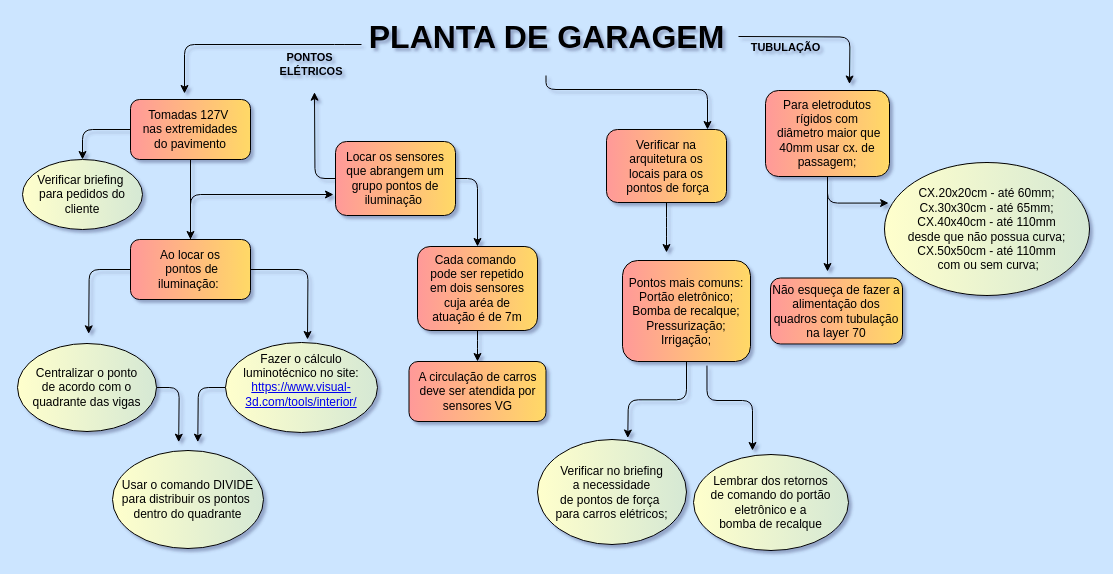
The draw.io diagram Diagrama sem nome.drawio in LuizGarcia22/firsttimedream, before the edit. Source tidied: cells renumbered, new cells numbered last; positions are measured from the earlier drawing's top-left corner, leaving out a move shared by most shapes. Both pictures are drawn from the tidied source at 100%, with x=0, y=0 at pixel (17, 36).
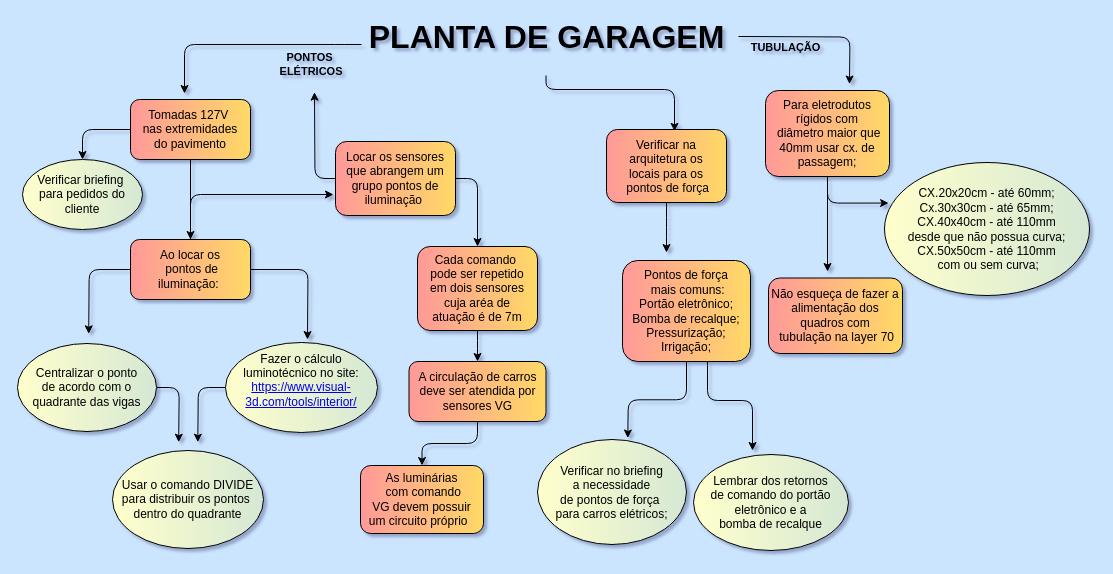
The same page after the edit.

Unchanged cells that the change refers to:
```xml
<mxCell id="6" value="PLANTA DE GARAGEM&lt;br&gt;&amp;nbsp;" style="text;strokeColor=none;fillColor=none;html=1;fontSize=32;fontStyle=1;verticalAlign=middle;align=center;labelBackgroundColor=none;labelBorderColor=none;strokeWidth=2;fontColor=#000000;" parent="1" vertex="1">
  <mxGeometry x="410" width="237" height="39" as="geometry" />
</mxCell>
<mxCell id="21" value="Verificar na arquitetura os&lt;br&gt;locais&amp;nbsp;para os&lt;br&gt;&amp;nbsp;pontos de força" style="rounded=1;whiteSpace=wrap;html=1;labelBackgroundColor=none;fillColor=#FF9999;gradientColor=#FFD966;gradientDirection=east;" parent="1" vertex="1">
  <mxGeometry x="589" y="93" width="120" height="73" as="geometry" />
</mxCell>
<mxCell id="36" value="A circulação de carros&lt;br&gt;deve ser atendida por&lt;br&gt;sensores VG" style="rounded=1;whiteSpace=wrap;html=1;gradientColor=#FFD966;fillColor=#FF9999;gradientDirection=east;" parent="1" vertex="1">
  <mxGeometry x="391.5" y="325" width="137" height="60" as="geometry" />
</mxCell>
```

Diff of the diagram source:
```diff
@@
-    <mxCell id="5" style="edgeStyle=orthogonalEdgeStyle;rounded=1;jettySize=auto;html=1;" parent="1" edge="1" source="6">
+    <mxCell id="5" style="edgeStyle=orthogonalEdgeStyle;rounded=1;jettySize=auto;html=1;entryX=0.567;entryY=0.025;entryDx=0;entryDy=0;entryPerimeter=0;" parent="1" edge="1" source="6" target="21">
       <mxGeometry relative="1" as="geometry">
-        <mxPoint x="690" y="93" as="targetPoint" />
         <Array as="points">
           <mxPoint x="529" y="53" />
-          <mxPoint x="690" y="53" />
+          <mxPoint x="657" y="53" />
         </Array>
       </mxGeometry>
     </mxCell>
@@
-    <mxCell id="22" style="edgeStyle=orthogonalEdgeStyle;rounded=1;jettySize=auto;html=1;exitX=0.66;exitY=1.04;exitDx=0;exitDy=0;exitPerimeter=0;" parent="1" edge="1" source="24">
+    <mxCell id="22" style="edgeStyle=orthogonalEdgeStyle;rounded=1;orthogonalLoop=1;jettySize=auto;html=1;" parent="1" edge="1">
       <mxGeometry relative="1" as="geometry">
+        <mxPoint x="687" y="319" as="sourcePoint" />
         <mxPoint x="735" y="414" as="targetPoint" />
         <Array as="points">
           <mxPoint x="690" y="364" />
           <mxPoint x="735" y="364" />
         </Array>
       </mxGeometry>
     </mxCell>
@@
-    <mxCell id="24" value="Pontos mais comuns:&lt;br&gt;Portão eletrônico;&lt;br&gt;Bomba de recalque;&lt;br&gt;Pressurização;&lt;br&gt;Irrigação;" style="rounded=1;whiteSpace=wrap;html=1;labelBackgroundColor=none;fillColor=#FF9999;gradientColor=#FFD966;gradientDirection=east;" parent="1" vertex="1">
+    <mxCell id="24" value="Pontos de força&lt;br&gt;&amp;nbsp;mais comuns:&lt;br&gt;Portão eletrônico;&lt;br&gt;Bomba de recalque;&lt;br&gt;Pressurização;&lt;br&gt;Irrigação;" style="rounded=1;whiteSpace=wrap;html=1;labelBackgroundColor=none;fillColor=#FF9999;gradientColor=#FFD966;gradientDirection=east;" parent="1" vertex="1">
       <mxGeometry x="605" y="224" width="128" height="101" as="geometry" />
     </mxCell>
@@
-    <mxCell id="30" value="Não esqueça de fazer a alimentação dos quadros com tubulação na layer 70" style="rounded=1;whiteSpace=wrap;html=1;gradientColor=#FFD966;fillColor=#FF9999;gradientDirection=east;" parent="1" vertex="1">
-      <mxGeometry x="753" y="241.5" width="132" height="66" as="geometry" />
+    <mxCell id="30" value="Não esqueça de fazer a alimentação dos quadros com&lt;br&gt;&amp;nbsp;tubulação na layer 70" style="rounded=1;whiteSpace=wrap;html=1;gradientColor=#FFD966;fillColor=#FF9999;gradientDirection=east;" parent="1" vertex="1">
+      <mxGeometry x="751" y="241.5" width="134" height="75.5" as="geometry" />
     </mxCell>
@@
+    <mxCell id="39" style="edgeStyle=orthogonalEdgeStyle;rounded=1;jettySize=auto;html=1;" parent="1" edge="1" source="36" target="40">
+      <mxGeometry relative="1" as="geometry" />
+    </mxCell>
@@
+    <mxCell id="40" value="As luminárias&lt;br&gt;&amp;nbsp;com comando &lt;br&gt;VG devem possuir &lt;br&gt;um circuito próprio&amp;nbsp;&amp;nbsp;" style="rounded=1;whiteSpace=wrap;html=1;gradientColor=#FFD966;fillColor=#FF9999;gradientDirection=east;" parent="1" vertex="1">
+      <mxGeometry x="343" y="429" width="123" height="68" as="geometry" />
+    </mxCell>
```
